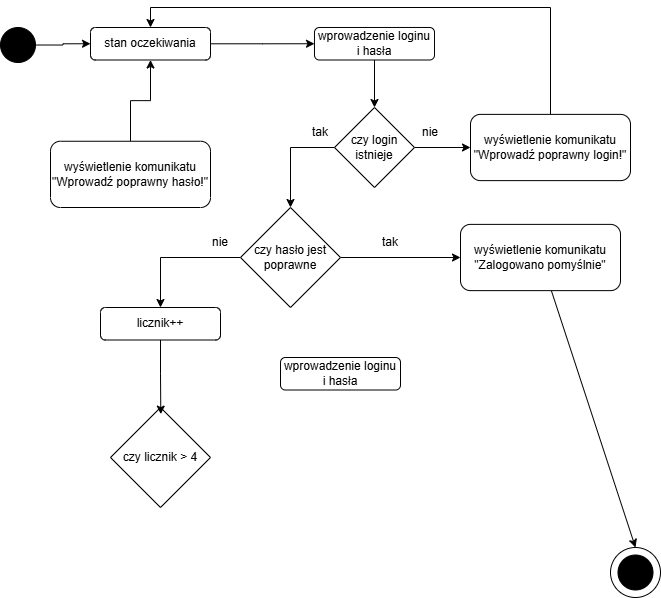
This is Lab_docs/7. Diagram aktywności.drawio.png from zuzannaoliwiak/Projekt_in-ynieria, a draw.io export, as it was before one commit. Source tidied: cells renumbered, new cells last; positions are measured from the earlier drawing's top-left corner, leaving out a move shared by most shapes. The source it was exported from:
```xml
<mxGraphModel background="#ffffff">
  <root>
    <mxCell id="0" />
    <mxCell id="1" parent="0" />
    <mxCell id="2" style="edgeStyle=orthogonalEdgeStyle;rounded=0;jettySize=auto;html=1;entryX=0;entryY=0.5;entryDx=0;entryDy=0;" parent="1" edge="1" source="3" target="13">
      <mxGeometry relative="1" as="geometry" />
    </mxCell>
    <mxCell id="3" value="stan oczekiwania" style="rounded=1;whiteSpace=wrap;html=1;" parent="1" vertex="1">
      <mxGeometry x="90" y="20" width="120" height="32.5" as="geometry" />
    </mxCell>
    <mxCell id="4" style="edgeStyle=orthogonalEdgeStyle;rounded=0;jettySize=auto;html=1;entryX=0;entryY=0.5;entryDx=0;entryDy=0;" parent="1" edge="1" source="6" target="16">
      <mxGeometry relative="1" as="geometry" />
    </mxCell>
    <mxCell id="5" style="edgeStyle=orthogonalEdgeStyle;rounded=0;jettySize=auto;html=1;entryX=0.5;entryY=0;entryDx=0;entryDy=0;exitX=0;exitY=0.5;exitDx=0;exitDy=0;" parent="1" edge="1" source="6" target="19">
      <mxGeometry relative="1" as="geometry" />
    </mxCell>
    <mxCell id="6" value="czy login istnieje" style="rhombus;whiteSpace=wrap;html=1;" parent="1" vertex="1">
      <mxGeometry x="334" y="100" width="80" height="80" as="geometry" />
    </mxCell>
    <mxCell id="7" style="edgeStyle=orthogonalEdgeStyle;rounded=0;jettySize=auto;html=1;entryX=0;entryY=0.5;entryDx=0;entryDy=0;" parent="1" edge="1" source="8" target="3">
      <mxGeometry relative="1" as="geometry" />
    </mxCell>
    <mxCell id="8" style="ellipse;whiteSpace=wrap;html=1;fillColor=#000000;" parent="1" vertex="1">
      <mxGeometry y="20" width="35" height="35" as="geometry" />
    </mxCell>
    <mxCell id="9" style="group;" parent="1" vertex="1">
      <mxGeometry x="610" y="540" width="50" height="50" as="geometry" />
    </mxCell>
    <mxCell id="10" style="ellipse;whiteSpace=wrap;html=1;" parent="9" vertex="1">
      <mxGeometry width="50" height="50" as="geometry" />
    </mxCell>
    <mxCell id="11" style="ellipse;whiteSpace=wrap;html=1;fillColor=#000000;" parent="9" vertex="1">
      <mxGeometry x="7.5" y="7.5" width="35" height="35" as="geometry" />
    </mxCell>
    <mxCell id="12" style="edgeStyle=orthogonalEdgeStyle;rounded=0;jettySize=auto;html=1;entryX=0.5;entryY=0;entryDx=0;entryDy=0;" parent="1" edge="1" source="13" target="6">
      <mxGeometry relative="1" as="geometry" />
    </mxCell>
    <mxCell id="13" value="wprowadzenie loginu i hasła" style="rounded=1;whiteSpace=wrap;html=1;" parent="1" vertex="1">
      <mxGeometry x="314" y="20" width="120" height="32.5" as="geometry" />
    </mxCell>
    <mxCell id="14" value="wprowadzenie loginu i hasła" style="rounded=1;whiteSpace=wrap;html=1;" parent="1" vertex="1">
      <mxGeometry x="280" y="350" width="120" height="32.5" as="geometry" />
    </mxCell>
    <mxCell id="15" style="edgeStyle=orthogonalEdgeStyle;rounded=0;jettySize=auto;html=1;entryX=0.5;entryY=0;entryDx=0;entryDy=0;" parent="1" edge="1" source="16" target="3">
      <mxGeometry relative="1" as="geometry">
        <Array as="points">
          <mxPoint x="550" />
          <mxPoint x="150" />
        </Array>
      </mxGeometry>
    </mxCell>
    <mxCell id="16" value="wyświetlenie komunikatu &quot;Wprowadź poprawny login!&quot;" style="rounded=1;whiteSpace=wrap;html=1;" parent="1" vertex="1">
      <mxGeometry x="470" y="106.9" width="160" height="66.2" as="geometry" />
    </mxCell>
    <mxCell id="17" style="edgeStyle=orthogonalEdgeStyle;rounded=0;jettySize=auto;html=1;entryX=0.5;entryY=0;entryDx=0;entryDy=0;" parent="1" edge="1" source="19" target="26">
      <mxGeometry relative="1" as="geometry" />
    </mxCell>
    <mxCell id="18" style="edgeStyle=orthogonalEdgeStyle;rounded=0;jettySize=auto;html=1;entryX=0;entryY=0.5;entryDx=0;entryDy=0;" parent="1" edge="1" source="19" target="30">
      <mxGeometry relative="1" as="geometry" />
    </mxCell>
    <mxCell id="19" value="czy hasło jest poprawne" style="rhombus;whiteSpace=wrap;html=1;" parent="1" vertex="1">
      <mxGeometry x="240" y="200" width="100" height="100" as="geometry" />
    </mxCell>
    <mxCell id="20" value="nie" style="text;html=1;whiteSpace=wrap;strokeColor=none;fillColor=none;align=center;verticalAlign=middle;rounded=0;" parent="1" vertex="1">
      <mxGeometry x="400" y="110" width="60" height="30" as="geometry" />
    </mxCell>
    <mxCell id="21" value="tak" style="text;html=1;whiteSpace=wrap;strokeColor=none;fillColor=none;align=center;verticalAlign=middle;rounded=0;" parent="1" vertex="1">
      <mxGeometry x="290" y="110" width="60" height="30" as="geometry" />
    </mxCell>
    <mxCell id="22" value="tak" style="text;html=1;whiteSpace=wrap;strokeColor=none;fillColor=none;align=center;verticalAlign=middle;rounded=0;" parent="1" vertex="1">
      <mxGeometry x="360" y="220" width="60" height="30" as="geometry" />
    </mxCell>
    <mxCell id="23" value="nie" style="text;html=1;whiteSpace=wrap;strokeColor=none;fillColor=none;align=center;verticalAlign=middle;rounded=0;" parent="1" vertex="1">
      <mxGeometry x="190" y="220" width="60" height="30" as="geometry" />
    </mxCell>
    <mxCell id="24" style="edgeStyle=orthogonalEdgeStyle;rounded=0;jettySize=auto;html=1;entryX=0.5;entryY=1;entryDx=0;entryDy=0;" parent="1" edge="1" source="25" target="3">
      <mxGeometry relative="1" as="geometry" />
    </mxCell>
    <mxCell id="25" value="wyświetlenie komunikatu &quot;Wprowadź poprawny hasło!&quot;" style="rounded=1;whiteSpace=wrap;html=1;" parent="1" vertex="1">
      <mxGeometry x="50" y="133.8" width="160" height="66.2" as="geometry" />
    </mxCell>
    <mxCell id="26" value="licznik++" style="rounded=1;whiteSpace=wrap;html=1;" parent="1" vertex="1">
      <mxGeometry x="100" y="300" width="120" height="32.5" as="geometry" />
    </mxCell>
    <mxCell id="27" value="czy licznik &amp;gt; 4" style="rhombus;whiteSpace=wrap;html=1;" parent="1" vertex="1">
      <mxGeometry x="110" y="400" width="100" height="100" as="geometry" />
    </mxCell>
    <mxCell id="28" style="edgeStyle=orthogonalEdgeStyle;rounded=0;jettySize=auto;html=1;entryX=0.503;entryY=0.066;entryDx=0;entryDy=0;entryPerimeter=0;" parent="1" edge="1" source="26" target="27">
      <mxGeometry relative="1" as="geometry" />
    </mxCell>
    <mxCell id="29" style="rounded=0;jettySize=auto;html=1;entryX=0.5;entryY=0;entryDx=0;entryDy=0;" parent="1" edge="1" source="30" target="10">
      <mxGeometry relative="1" as="geometry" />
    </mxCell>
    <mxCell id="30" value="wyświetlenie komunikatu &quot;Zalogowano pomyślnie&quot;" style="rounded=1;whiteSpace=wrap;html=1;" parent="1" vertex="1">
      <mxGeometry x="460" y="216.9" width="160" height="66.2" as="geometry" />
    </mxCell>
  </root>
</mxGraphModel>
```
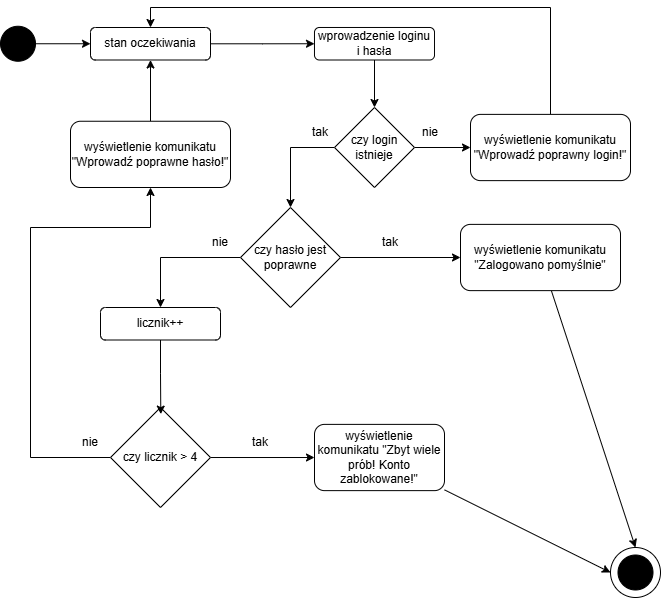
Above is the later version.

The edit, as a diff of the source:
```diff
@@ -21,7 +21,7 @@
       <mxGeometry relative="1" as="geometry" />
     </mxCell>
     <mxCell id="8" style="ellipse;whiteSpace=wrap;html=1;fillColor=#000000;" parent="1" vertex="1">
-      <mxGeometry y="20" width="35" height="35" as="geometry" />
+      <mxGeometry y="18.8" width="35" height="35" as="geometry" />
     </mxCell>
     <mxCell id="9" style="group;" parent="1" vertex="1">
       <mxGeometry x="610" y="540" width="50" height="50" as="geometry" />
@@ -38,8 +38,11 @@
     <mxCell id="13" value="wprowadzenie loginu i hasła" style="rounded=1;whiteSpace=wrap;html=1;" parent="1" vertex="1">
       <mxGeometry x="314" y="20" width="120" height="32.5" as="geometry" />
     </mxCell>
+    <mxCell id="31" style="rounded=0;jettySize=auto;html=1;entryX=0;entryY=0.5;entryDx=0;entryDy=0;" parent="1" edge="1" source="14" target="10">
+      <mxGeometry relative="1" as="geometry" />
+    </mxCell>
-    <mxCell id="14" value="wprowadzenie loginu i hasła" style="rounded=1;whiteSpace=wrap;html=1;" parent="1" vertex="1">
-      <mxGeometry x="280" y="350" width="120" height="32.5" as="geometry" />
+    <mxCell id="14" value="wyświetlenie komunikatu &quot;Zbyt wiele prób! Konto zablokowane!&quot;" style="rounded=1;whiteSpace=wrap;html=1;" parent="1" vertex="1">
+      <mxGeometry x="314" y="416.9" width="130" height="66.2" as="geometry" />
     </mxCell>
     <mxCell id="15" style="edgeStyle=orthogonalEdgeStyle;rounded=0;jettySize=auto;html=1;entryX=0.5;entryY=0;entryDx=0;entryDy=0;" parent="1" edge="1" source="16" target="3">
       <mxGeometry relative="1" as="geometry">
@@ -74,14 +77,31 @@
       <mxGeometry x="190" y="220" width="60" height="30" as="geometry" />
     </mxCell>
     <mxCell id="24" style="edgeStyle=orthogonalEdgeStyle;rounded=0;jettySize=auto;html=1;entryX=0.5;entryY=1;entryDx=0;entryDy=0;" parent="1" edge="1" source="25" target="3">
-      <mxGeometry relative="1" as="geometry" />
+      <mxGeometry relative="1" as="geometry">
+        <Array as="points">
+          <mxPoint x="150" y="120" />
+          <mxPoint x="150" y="120" />
+        </Array>
+      </mxGeometry>
     </mxCell>
-    <mxCell id="25" value="wyświetlenie komunikatu &quot;Wprowadź poprawny hasło!&quot;" style="rounded=1;whiteSpace=wrap;html=1;" parent="1" vertex="1">
-      <mxGeometry x="50" y="133.8" width="160" height="66.2" as="geometry" />
+    <mxCell id="25" value="wyświetlenie komunikatu &quot;Wprowadź poprawne hasło!&quot;" style="rounded=1;whiteSpace=wrap;html=1;" parent="1" vertex="1">
+      <mxGeometry x="70" y="113.8" width="160" height="66.2" as="geometry" />
     </mxCell>
     <mxCell id="26" value="licznik++" style="rounded=1;whiteSpace=wrap;html=1;" parent="1" vertex="1">
       <mxGeometry x="100" y="300" width="120" height="32.5" as="geometry" />
     </mxCell>
+    <mxCell id="32" style="edgeStyle=orthogonalEdgeStyle;rounded=0;jettySize=auto;html=1;entryX=0.5;entryY=1;entryDx=0;entryDy=0;" parent="1" edge="1" source="27" target="25">
+      <mxGeometry relative="1" as="geometry">
+        <Array as="points">
+          <mxPoint x="30" y="450" />
+          <mxPoint x="30" y="220" />
+          <mxPoint x="150" y="220" />
+        </Array>
+      </mxGeometry>
+    </mxCell>
+    <mxCell id="33" style="edgeStyle=orthogonalEdgeStyle;rounded=0;jettySize=auto;html=1;entryX=0;entryY=0.5;entryDx=0;entryDy=0;" parent="1" edge="1" source="27" target="14">
+      <mxGeometry relative="1" as="geometry" />
+    </mxCell>
     <mxCell id="27" value="czy licznik &amp;gt; 4" style="rhombus;whiteSpace=wrap;html=1;" parent="1" vertex="1">
       <mxGeometry x="110" y="400" width="100" height="100" as="geometry" />
     </mxCell>
@@ -94,5 +114,11 @@
     <mxCell id="30" value="wyświetlenie komunikatu &quot;Zalogowano pomyślnie&quot;" style="rounded=1;whiteSpace=wrap;html=1;" parent="1" vertex="1">
       <mxGeometry x="460" y="216.9" width="160" height="66.2" as="geometry" />
     </mxCell>
+    <mxCell id="34" value="nie" style="text;html=1;whiteSpace=wrap;strokeColor=none;fillColor=none;align=center;verticalAlign=middle;rounded=0;" parent="1" vertex="1">
+      <mxGeometry x="60" y="420" width="60" height="30" as="geometry" />
+    </mxCell>
+    <mxCell id="35" value="tak" style="text;html=1;whiteSpace=wrap;strokeColor=none;fillColor=none;align=center;verticalAlign=middle;rounded=0;" parent="1" vertex="1">
+      <mxGeometry x="230" y="420" width="60" height="30" as="geometry" />
+    </mxCell>
   </root>
 </mxGraphModel>
```
